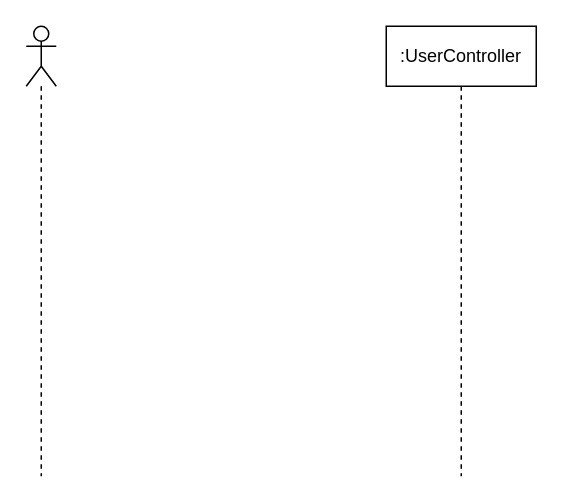
This is musiverso-sequence-diagram.drawio from kaiohenricunha/UML, a draw.io file, before an edit. Source tidied: cells renumbered, new cells numbered last; positions are measured from the earlier drawing's top-left corner, leaving out a move shared by most shapes. Both pictures are drawn from the tidied source at 150%, with x=0, y=0 at pixel (26, 26).
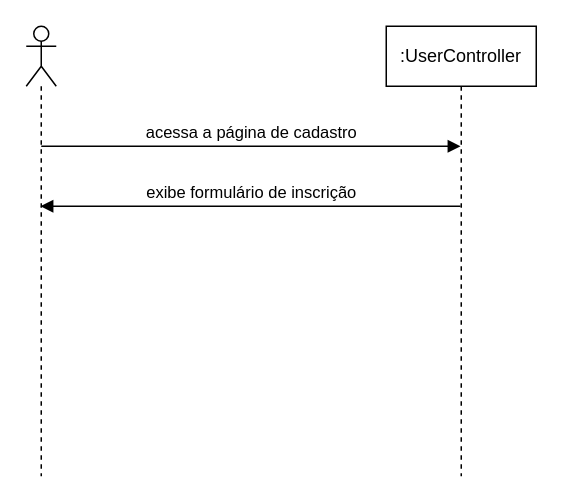
Above is the later version.

Change to the diagram source:
```diff
@@
 <mxGraphModel>
   <root>
     <mxCell id="0" />
     <mxCell id="1" parent="0" />
     <mxCell id="2" value=":UserController" style="shape=umlLifeline;perimeter=lifelinePerimeter;whiteSpace=wrap;html=1;outlineConnect=0;" parent="1" vertex="1">
       <mxGeometry x="240" width="100" height="300" as="geometry" />
     </mxCell>
     <mxCell id="3" style="shape=umlLifeline;participant=umlActor;perimeter=lifelinePerimeter;whiteSpace=wrap;html=1;verticalAlign=top;spacingTop=36;outlineConnect=0;" parent="1" vertex="1">
       <mxGeometry width="20" height="300" as="geometry" />
     </mxCell>
+    <mxCell id="4" value="acessa a página de cadastro" style="html=1;verticalAlign=bottom;endArrow=block;" parent="1" edge="1" target="2">
+      <mxGeometry relative="1" as="geometry">
+        <mxPoint x="10" y="80" as="sourcePoint" />
+      </mxGeometry>
+    </mxCell>
+    <mxCell id="5" value="exibe formulário de inscrição" style="html=1;verticalAlign=bottom;endArrow=block;" parent="1" edge="1" source="2" target="3">
+      <mxGeometry relative="1" as="geometry">
+        <Array as="points">
+          <mxPoint x="200" y="120" />
+        </Array>
+      </mxGeometry>
+    </mxCell>
   </root>
 </mxGraphModel>
```
